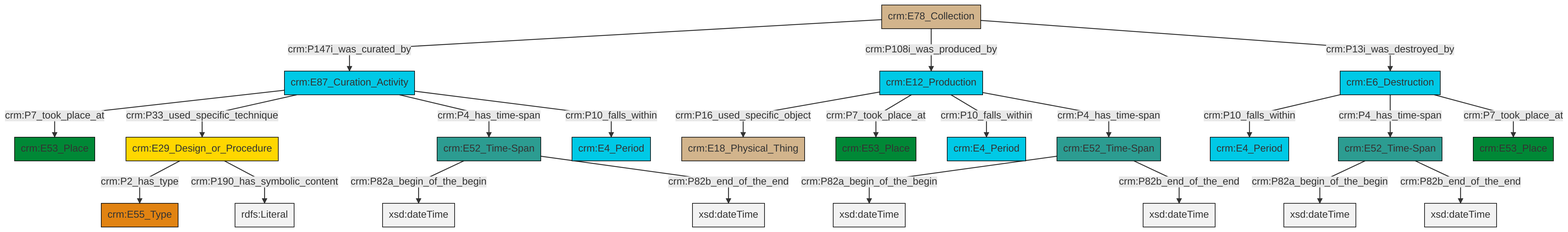
Earlier version of the Mermaid export et/archivalCSV/ttl/mmd/png/archival_existence.png (swiss-art-research-net/docs.swissartresearch). Its source is kept beside it as et/archivalCSV/ttl/mmd/archival_existence.ttl.mmd.
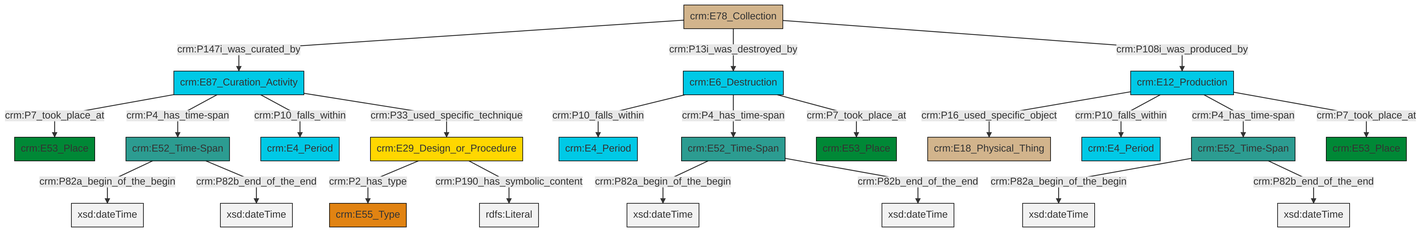
After the change.

Change to the diagram source:
```diff
@@ -13,25 +13,25 @@
 classDef PC_Classes fill:#4ce600, stroke:#000000;
 classDef Multi fill:#cccccc,stroke:#000000;
 
-0["crm:E12_Production"]:::Temporal_Entity -->|crm:P16_used_specific_object| 1["crm:E18_Physical_Thing"]:::Physical_Thing
-2["crm:E87_Curation_Activity"]:::Temporal_Entity -->|crm:P7_took_place_at| 3["crm:E53_Place"]:::Place
-4["crm:E52_Time-Span"]:::Time-Span -->|crm:P82a_begin_of_the_begin| 5[xsd:dateTime]:::Literal
-4["crm:E52_Time-Span"]:::Time-Span -->|crm:P82b_end_of_the_end| 8[xsd:dateTime]:::Literal
-2["crm:E87_Curation_Activity"]:::Temporal_Entity -->|crm:P33_used_specific_technique| 12["crm:E29_Design_or_Procedure"]:::Conceptual_Object
-9["crm:E52_Time-Span"]:::Time-Span -->|crm:P82a_begin_of_the_begin| 15[xsd:dateTime]:::Literal
-16["crm:E78_Collection"]:::Physical_Thing -->|crm:P147i_was_curated_by| 2["crm:E87_Curation_Activity"]:::Temporal_Entity
-25["crm:E6_Destruction"]:::Temporal_Entity -->|crm:P10_falls_within| 13["crm:E4_Period"]:::Temporal_Entity
-0["crm:E12_Production"]:::Temporal_Entity -->|crm:P7_took_place_at| 19["crm:E53_Place"]:::Place
-2["crm:E87_Curation_Activity"]:::Temporal_Entity -->|crm:P4_has_time-span| 4["crm:E52_Time-Span"]:::Time-Span
-0["crm:E12_Production"]:::Temporal_Entity -->|crm:P10_falls_within| 26["crm:E4_Period"]:::Temporal_Entity
-9["crm:E52_Time-Span"]:::Time-Span -->|crm:P82b_end_of_the_end| 27[xsd:dateTime]:::Literal
-2["crm:E87_Curation_Activity"]:::Temporal_Entity -->|crm:P10_falls_within| 6["crm:E4_Period"]:::Temporal_Entity
-12["crm:E29_Design_or_Procedure"]:::Conceptual_Object -->|crm:P2_has_type| 23["crm:E55_Type"]:::Type
-16["crm:E78_Collection"]:::Physical_Thing -->|crm:P108i_was_produced_by| 0["crm:E12_Production"]:::Temporal_Entity
-25["crm:E6_Destruction"]:::Temporal_Entity -->|crm:P4_has_time-span| 29["crm:E52_Time-Span"]:::Time-Span
-0["crm:E12_Production"]:::Temporal_Entity -->|crm:P4_has_time-span| 9["crm:E52_Time-Span"]:::Time-Span
-29["crm:E52_Time-Span"]:::Time-Span -->|crm:P82a_begin_of_the_begin| 36[xsd:dateTime]:::Literal
-29["crm:E52_Time-Span"]:::Time-Span -->|crm:P82b_end_of_the_end| 37[xsd:dateTime]:::Literal
-16["crm:E78_Collection"]:::Physical_Thing -->|crm:P13i_was_destroyed_by| 25["crm:E6_Destruction"]:::Temporal_Entity
-12["crm:E29_Design_or_Procedure"]:::Conceptual_Object -->|crm:P190_has_symbolic_content| 38[rdfs:Literal]:::Literal
-25["crm:E6_Destruction"]:::Temporal_Entity -->|crm:P7_took_place_at| 21["crm:E53_Place"]:::Place
+2["crm:E78_Collection"]:::Physical_Thing -->|crm:P147i_was_curated_by| 3["crm:E87_Curation_Activity"]:::Temporal_Entity
+6["crm:E52_Time-Span"]:::Time-Span -->|crm:P82a_begin_of_the_begin| 7[xsd:dateTime]:::Literal
+3["crm:E87_Curation_Activity"]:::Temporal_Entity -->|crm:P7_took_place_at| 8["crm:E53_Place"]:::Place
+11["crm:E52_Time-Span"]:::Time-Span -->|crm:P82a_begin_of_the_begin| 12[xsd:dateTime]:::Literal
+13["crm:E29_Design_or_Procedure"]:::Conceptual_Object -->|crm:P2_has_type| 14["crm:E55_Type"]:::Type
+0["crm:E12_Production"]:::Temporal_Entity -->|crm:P16_used_specific_object| 15["crm:E18_Physical_Thing"]:::Physical_Thing
+0["crm:E12_Production"]:::Temporal_Entity -->|crm:P10_falls_within| 17["crm:E4_Period"]:::Temporal_Entity
+0["crm:E12_Production"]:::Temporal_Entity -->|crm:P4_has_time-span| 11["crm:E52_Time-Span"]:::Time-Span
+13["crm:E29_Design_or_Procedure"]:::Conceptual_Object -->|crm:P190_has_symbolic_content| 20[rdfs:Literal]:::Literal
+2["crm:E78_Collection"]:::Physical_Thing -->|crm:P13i_was_destroyed_by| 21["crm:E6_Destruction"]:::Temporal_Entity
+21["crm:E6_Destruction"]:::Temporal_Entity -->|crm:P10_falls_within| 4["crm:E4_Period"]:::Temporal_Entity
+0["crm:E12_Production"]:::Temporal_Entity -->|crm:P7_took_place_at| 9["crm:E53_Place"]:::Place
+21["crm:E6_Destruction"]:::Temporal_Entity -->|crm:P4_has_time-span| 24["crm:E52_Time-Span"]:::Time-Span
+24["crm:E52_Time-Span"]:::Time-Span -->|crm:P82a_begin_of_the_begin| 27[xsd:dateTime]:::Literal
+6["crm:E52_Time-Span"]:::Time-Span -->|crm:P82b_end_of_the_end| 29[xsd:dateTime]:::Literal
+11["crm:E52_Time-Span"]:::Time-Span -->|crm:P82b_end_of_the_end| 32[xsd:dateTime]:::Literal
+3["crm:E87_Curation_Activity"]:::Temporal_Entity -->|crm:P4_has_time-span| 6["crm:E52_Time-Span"]:::Time-Span
+2["crm:E78_Collection"]:::Physical_Thing -->|crm:P108i_was_produced_by| 0["crm:E12_Production"]:::Temporal_Entity
+21["crm:E6_Destruction"]:::Temporal_Entity -->|crm:P7_took_place_at| 25["crm:E53_Place"]:::Place
+24["crm:E52_Time-Span"]:::Time-Span -->|crm:P82b_end_of_the_end| 37[xsd:dateTime]:::Literal
+3["crm:E87_Curation_Activity"]:::Temporal_Entity -->|crm:P10_falls_within| 34["crm:E4_Period"]:::Temporal_Entity
+3["crm:E87_Curation_Activity"]:::Temporal_Entity -->|crm:P33_used_specific_technique| 13["crm:E29_Design_or_Procedure"]:::Conceptual_Object
```
